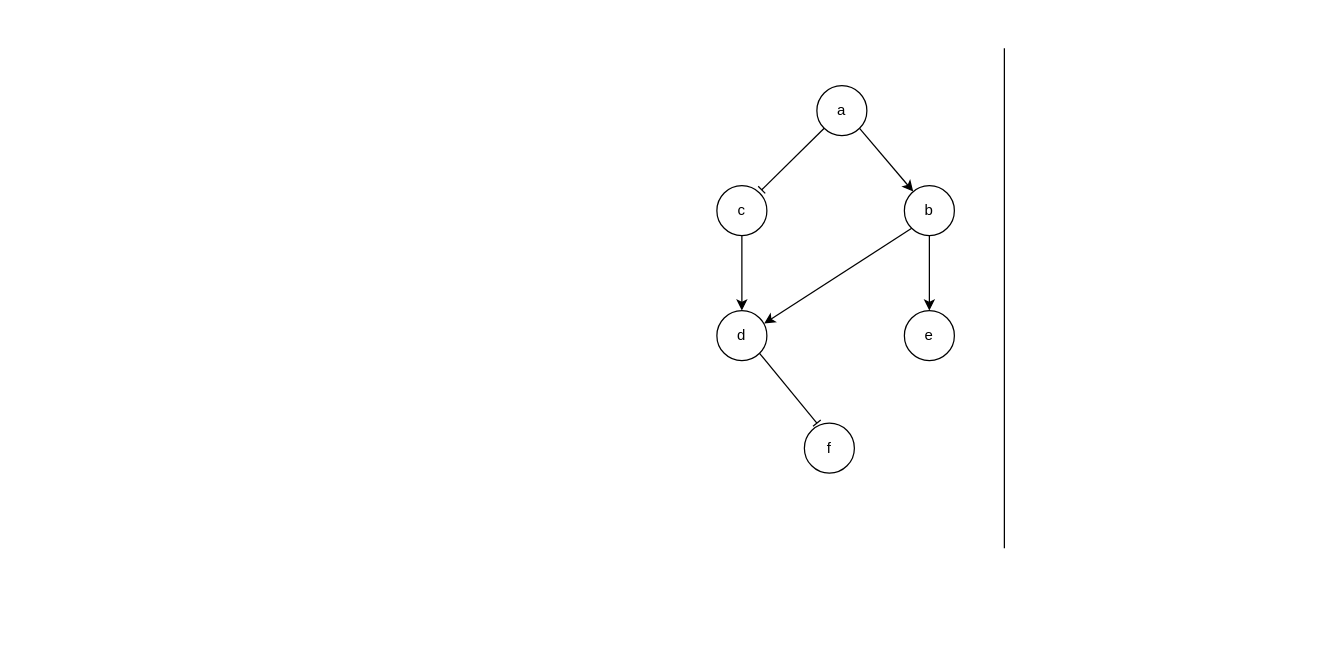
Before: docs/useCase1.drawio in josura/c2c-sepia, a draw.io diagram. Source tidied: cells renumbered, new cells numbered last; positions are measured from the earlier drawing's top-left corner, leaving out a move shared by most shapes. Both pictures are drawn from the tidied source at 125%, with x=0, y=0 at pixel (716, 48).
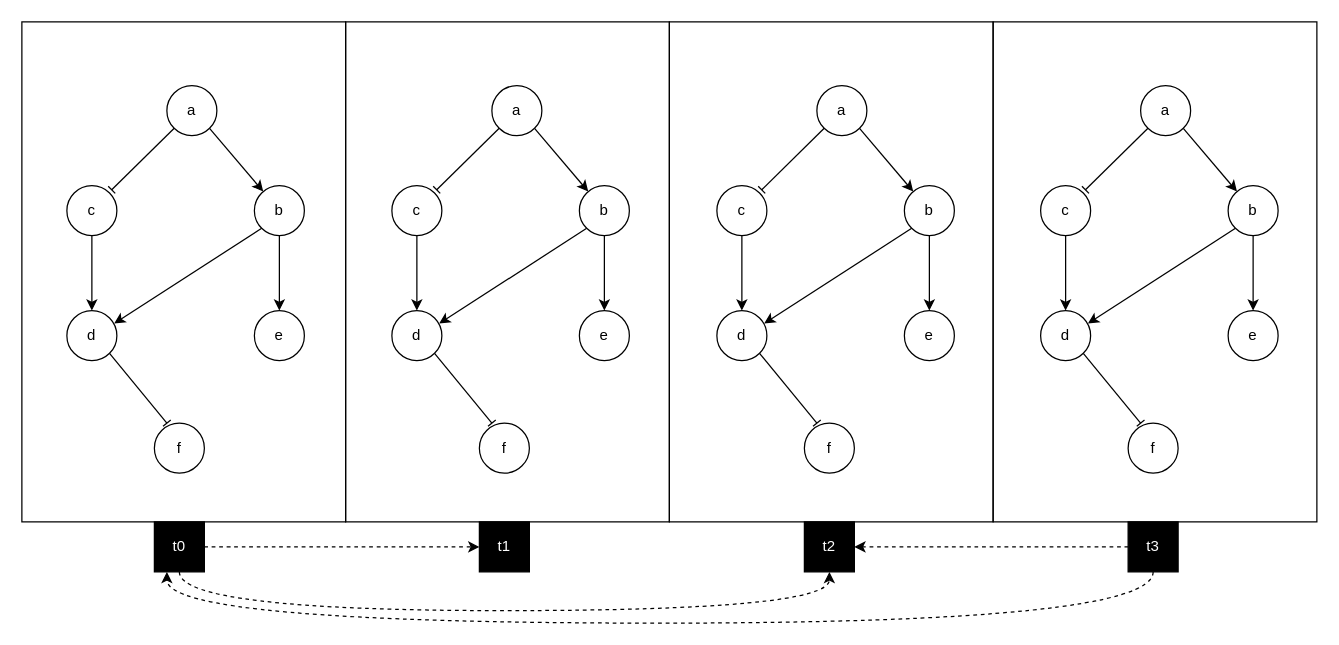
Above is the later version.

Diff of the diagram source:
```diff
@@
+    <mxCell id="15" style="rounded=0;whiteSpace=wrap;html=1;fillColor=none;" parent="1" vertex="1">
+      <mxGeometry x="-556" y="-21" width="259" height="400" as="geometry" />
+    </mxCell>
@@
-    <mxCell id="14" style="endArrow=none;html=1;rounded=0;" parent="1" edge="1">
-      <mxGeometry relative="1" as="geometry">
-        <mxPoint x="230" y="400" as="sourcePoint" />
-        <mxPoint x="230" as="targetPoint" />
-      </mxGeometry>
-    </mxCell>
+    <mxCell id="16" style="edgeStyle=none;rounded=0;jettySize=auto;html=1;exitX=0;exitY=1;exitDx=0;exitDy=0;entryX=0.897;entryY=0.083;entryDx=0;entryDy=0;endArrow=baseDash;endFill=0;entryPerimeter=0;" parent="1" edge="1" source="18" target="23">
+      <mxGeometry relative="1" as="geometry" />
+    </mxCell>
+    <mxCell id="17" style="edgeStyle=none;rounded=0;jettySize=auto;html=1;exitX=1;exitY=1;exitDx=0;exitDy=0;" parent="1" edge="1" source="18" target="21">
+      <mxGeometry relative="1" as="geometry" />
+    </mxCell>
+    <mxCell id="18" value="a" style="ellipse;whiteSpace=wrap;html=1;" parent="1" vertex="1">
+      <mxGeometry x="339" y="30" width="40" height="40" as="geometry" />
+    </mxCell>
+    <mxCell id="19" style="edgeStyle=none;rounded=0;jettySize=auto;html=1;exitX=0.5;exitY=1;exitDx=0;exitDy=0;entryX=0.5;entryY=0;entryDx=0;entryDy=0;" parent="1" edge="1" source="21" target="24">
+      <mxGeometry relative="1" as="geometry" />
+    </mxCell>
+    <mxCell id="20" style="edgeStyle=none;rounded=0;jettySize=auto;html=1;exitX=0;exitY=1;exitDx=0;exitDy=0;entryX=0.945;entryY=0.26;entryDx=0;entryDy=0;entryPerimeter=0;" parent="1" edge="1" source="21" target="26">
+      <mxGeometry relative="1" as="geometry" />
+    </mxCell>
+    <mxCell id="21" value="b" style="ellipse;whiteSpace=wrap;html=1;" parent="1" vertex="1">
+      <mxGeometry x="409" y="110" width="40" height="40" as="geometry" />
+    </mxCell>
+    <mxCell id="22" style="edgeStyle=none;rounded=0;jettySize=auto;html=1;exitX=0.5;exitY=1;exitDx=0;exitDy=0;entryX=0.5;entryY=0;entryDx=0;entryDy=0;" parent="1" edge="1" source="23" target="26">
+      <mxGeometry relative="1" as="geometry" />
+    </mxCell>
+    <mxCell id="23" value="c" style="ellipse;whiteSpace=wrap;html=1;" parent="1" vertex="1">
+      <mxGeometry x="259" y="110" width="40" height="40" as="geometry" />
+    </mxCell>
+    <mxCell id="24" value="e" style="ellipse;whiteSpace=wrap;html=1;" parent="1" vertex="1">
+      <mxGeometry x="409" y="210" width="40" height="40" as="geometry" />
+    </mxCell>
+    <mxCell id="25" style="edgeStyle=none;rounded=0;jettySize=auto;html=1;exitX=1;exitY=1;exitDx=0;exitDy=0;entryX=0.25;entryY=0;entryDx=0;entryDy=0;entryPerimeter=0;endArrow=baseDash;endFill=0;" parent="1" edge="1" source="26" target="27">
+      <mxGeometry relative="1" as="geometry" />
+    </mxCell>
+    <mxCell id="26" value="d" style="ellipse;whiteSpace=wrap;html=1;" parent="1" vertex="1">
+      <mxGeometry x="259" y="210" width="40" height="40" as="geometry" />
+    </mxCell>
+    <mxCell id="27" value="f" style="ellipse;whiteSpace=wrap;html=1;" parent="1" vertex="1">
+      <mxGeometry x="329" y="300" width="40" height="40" as="geometry" />
+    </mxCell>
+    <mxCell id="28" style="edgeStyle=none;rounded=0;jettySize=auto;html=1;exitX=0;exitY=1;exitDx=0;exitDy=0;entryX=0.897;entryY=0.083;entryDx=0;entryDy=0;endArrow=baseDash;endFill=0;entryPerimeter=0;" parent="1" edge="1" source="30" target="35">
+      <mxGeometry relative="1" as="geometry" />
+    </mxCell>
+    <mxCell id="29" style="edgeStyle=none;rounded=0;jettySize=auto;html=1;exitX=1;exitY=1;exitDx=0;exitDy=0;" parent="1" edge="1" source="30" target="33">
+      <mxGeometry relative="1" as="geometry" />
+    </mxCell>
+    <mxCell id="30" value="a" style="ellipse;whiteSpace=wrap;html=1;" parent="1" vertex="1">
+      <mxGeometry x="-180" y="30" width="40" height="40" as="geometry" />
+    </mxCell>
+    <mxCell id="31" style="edgeStyle=none;rounded=0;jettySize=auto;html=1;exitX=0.5;exitY=1;exitDx=0;exitDy=0;entryX=0.5;entryY=0;entryDx=0;entryDy=0;" parent="1" edge="1" source="33" target="36">
+      <mxGeometry relative="1" as="geometry" />
+    </mxCell>
+    <mxCell id="32" style="edgeStyle=none;rounded=0;jettySize=auto;html=1;exitX=0;exitY=1;exitDx=0;exitDy=0;entryX=0.945;entryY=0.26;entryDx=0;entryDy=0;entryPerimeter=0;" parent="1" edge="1" source="33" target="38">
+      <mxGeometry relative="1" as="geometry" />
+    </mxCell>
+    <mxCell id="33" value="b" style="ellipse;whiteSpace=wrap;html=1;" parent="1" vertex="1">
+      <mxGeometry x="-110" y="110" width="40" height="40" as="geometry" />
+    </mxCell>
+    <mxCell id="34" style="edgeStyle=none;rounded=0;jettySize=auto;html=1;exitX=0.5;exitY=1;exitDx=0;exitDy=0;entryX=0.5;entryY=0;entryDx=0;entryDy=0;" parent="1" edge="1" source="35" target="38">
+      <mxGeometry relative="1" as="geometry" />
+    </mxCell>
+    <mxCell id="35" value="c" style="ellipse;whiteSpace=wrap;html=1;" parent="1" vertex="1">
+      <mxGeometry x="-260" y="110" width="40" height="40" as="geometry" />
+    </mxCell>
+    <mxCell id="36" value="e" style="ellipse;whiteSpace=wrap;html=1;" parent="1" vertex="1">
+      <mxGeometry x="-110" y="210" width="40" height="40" as="geometry" />
+    </mxCell>
+    <mxCell id="37" style="edgeStyle=none;rounded=0;jettySize=auto;html=1;exitX=1;exitY=1;exitDx=0;exitDy=0;entryX=0.25;entryY=0;entryDx=0;entryDy=0;entryPerimeter=0;endArrow=baseDash;endFill=0;" parent="1" edge="1" source="38" target="39">
+      <mxGeometry relative="1" as="geometry" />
+    </mxCell>
+    <mxCell id="38" value="d" style="ellipse;whiteSpace=wrap;html=1;" parent="1" vertex="1">
+      <mxGeometry x="-260" y="210" width="40" height="40" as="geometry" />
+    </mxCell>
+    <mxCell id="39" value="f" style="ellipse;whiteSpace=wrap;html=1;" parent="1" vertex="1">
+      <mxGeometry x="-190" y="300" width="40" height="40" as="geometry" />
+    </mxCell>
+    <mxCell id="40" style="edgeStyle=none;rounded=0;jettySize=auto;html=1;exitX=0;exitY=1;exitDx=0;exitDy=0;entryX=0.897;entryY=0.083;entryDx=0;entryDy=0;endArrow=baseDash;endFill=0;entryPerimeter=0;" parent="1" edge="1" source="42" target="47">
+      <mxGeometry relative="1" as="geometry" />
+    </mxCell>
+    <mxCell id="41" style="edgeStyle=none;rounded=0;jettySize=auto;html=1;exitX=1;exitY=1;exitDx=0;exitDy=0;" parent="1" edge="1" source="42" target="45">
+      <mxGeometry relative="1" as="geometry" />
+    </mxCell>
+    <mxCell id="42" value="a" style="ellipse;whiteSpace=wrap;html=1;" parent="1" vertex="1">
+      <mxGeometry x="-440" y="30" width="40" height="40" as="geometry" />
+    </mxCell>
+    <mxCell id="43" style="edgeStyle=none;rounded=0;jettySize=auto;html=1;exitX=0.5;exitY=1;exitDx=0;exitDy=0;entryX=0.5;entryY=0;entryDx=0;entryDy=0;" parent="1" edge="1" source="45" target="48">
+      <mxGeometry relative="1" as="geometry" />
+    </mxCell>
+    <mxCell id="44" style="edgeStyle=none;rounded=0;jettySize=auto;html=1;exitX=0;exitY=1;exitDx=0;exitDy=0;entryX=0.945;entryY=0.26;entryDx=0;entryDy=0;entryPerimeter=0;" parent="1" edge="1" source="45" target="50">
+      <mxGeometry relative="1" as="geometry" />
+    </mxCell>
+    <mxCell id="45" value="b" style="ellipse;whiteSpace=wrap;html=1;" parent="1" vertex="1">
+      <mxGeometry x="-370" y="110" width="40" height="40" as="geometry" />
+    </mxCell>
+    <mxCell id="46" style="edgeStyle=none;rounded=0;jettySize=auto;html=1;exitX=0.5;exitY=1;exitDx=0;exitDy=0;entryX=0.5;entryY=0;entryDx=0;entryDy=0;" parent="1" edge="1" source="47" target="50">
+      <mxGeometry relative="1" as="geometry" />
+    </mxCell>
+    <mxCell id="47" value="c" style="ellipse;whiteSpace=wrap;html=1;" parent="1" vertex="1">
+      <mxGeometry x="-520" y="110" width="40" height="40" as="geometry" />
+    </mxCell>
+    <mxCell id="48" value="e" style="ellipse;whiteSpace=wrap;html=1;" parent="1" vertex="1">
+      <mxGeometry x="-370" y="210" width="40" height="40" as="geometry" />
+    </mxCell>
+    <mxCell id="49" style="edgeStyle=none;rounded=0;jettySize=auto;html=1;exitX=1;exitY=1;exitDx=0;exitDy=0;entryX=0.25;entryY=0;entryDx=0;entryDy=0;entryPerimeter=0;endArrow=baseDash;endFill=0;" parent="1" edge="1" source="50" target="51">
+      <mxGeometry relative="1" as="geometry" />
+    </mxCell>
+    <mxCell id="50" value="d" style="ellipse;whiteSpace=wrap;html=1;" parent="1" vertex="1">
+      <mxGeometry x="-520" y="210" width="40" height="40" as="geometry" />
+    </mxCell>
+    <mxCell id="51" value="f" style="ellipse;whiteSpace=wrap;html=1;" parent="1" vertex="1">
+      <mxGeometry x="-450" y="300" width="40" height="40" as="geometry" />
+    </mxCell>
+    <mxCell id="52" style="edgeStyle=orthogonalEdgeStyle;curved=1;rounded=0;jettySize=auto;html=1;exitX=1;exitY=0.5;exitDx=0;exitDy=0;entryX=0;entryY=0.5;entryDx=0;entryDy=0;dashed=1;" parent="1" edge="1" source="54" target="58">
+      <mxGeometry relative="1" as="geometry" />
+    </mxCell>
+    <mxCell id="53" style="edgeStyle=orthogonalEdgeStyle;curved=1;rounded=0;jettySize=auto;html=1;exitX=0.5;exitY=1;exitDx=0;exitDy=0;entryX=0.5;entryY=1;entryDx=0;entryDy=0;dashed=1;" parent="1" edge="1" source="54" target="59">
+      <mxGeometry relative="1" as="geometry">
+        <Array as="points">
+          <mxPoint x="-430" y="450" />
+          <mxPoint x="90" y="450" />
+        </Array>
+      </mxGeometry>
+    </mxCell>
+    <mxCell id="54" value="&lt;font color=&quot;#ffffff&quot;&gt;t0&lt;/font&gt;" style="rounded=0;whiteSpace=wrap;html=1;fillColor=#000000;" parent="1" vertex="1">
+      <mxGeometry x="-450" y="379" width="40" height="40" as="geometry" />
+    </mxCell>
+    <mxCell id="55" style="rounded=0;whiteSpace=wrap;html=1;fillColor=none;" parent="1" vertex="1">
+      <mxGeometry x="-297" y="-21" width="259" height="400" as="geometry" />
+    </mxCell>
+    <mxCell id="56" style="rounded=0;whiteSpace=wrap;html=1;fillColor=none;" parent="1" vertex="1">
+      <mxGeometry x="-38" y="-21" width="259" height="400" as="geometry" />
+    </mxCell>
+    <mxCell id="57" style="rounded=0;whiteSpace=wrap;html=1;fillColor=none;" parent="1" vertex="1">
+      <mxGeometry x="221" y="-21" width="259" height="400" as="geometry" />
+    </mxCell>
+    <mxCell id="58" value="&lt;font color=&quot;#ffffff&quot;&gt;t1&lt;/font&gt;" style="rounded=0;whiteSpace=wrap;html=1;fillColor=#000000;" parent="1" vertex="1">
+      <mxGeometry x="-190" y="379" width="40" height="40" as="geometry" />
+    </mxCell>
+    <mxCell id="59" value="&lt;font color=&quot;#ffffff&quot;&gt;t2&lt;/font&gt;" style="rounded=0;whiteSpace=wrap;html=1;fillColor=#000000;" parent="1" vertex="1">
+      <mxGeometry x="70" y="379" width="40" height="40" as="geometry" />
+    </mxCell>
+    <mxCell id="60" style="edgeStyle=orthogonalEdgeStyle;curved=1;rounded=0;jettySize=auto;html=1;exitX=0.5;exitY=1;exitDx=0;exitDy=0;entryX=0.25;entryY=1;entryDx=0;entryDy=0;dashed=1;" parent="1" edge="1" source="62" target="54">
+      <mxGeometry relative="1" as="geometry">
+        <Array as="points">
+          <mxPoint x="349" y="460" />
+          <mxPoint x="-440" y="460" />
+        </Array>
+      </mxGeometry>
+    </mxCell>
+    <mxCell id="61" style="edgeStyle=orthogonalEdgeStyle;curved=1;rounded=0;jettySize=auto;html=1;exitX=0;exitY=0.5;exitDx=0;exitDy=0;entryX=1;entryY=0.5;entryDx=0;entryDy=0;dashed=1;" parent="1" edge="1" source="62" target="59">
+      <mxGeometry relative="1" as="geometry" />
+    </mxCell>
+    <mxCell id="62" value="&lt;font color=&quot;#ffffff&quot;&gt;t3&lt;/font&gt;" style="rounded=0;whiteSpace=wrap;html=1;fillColor=#000000;" parent="1" vertex="1">
+      <mxGeometry x="329" y="379" width="40" height="40" as="geometry" />
+    </mxCell>
```
